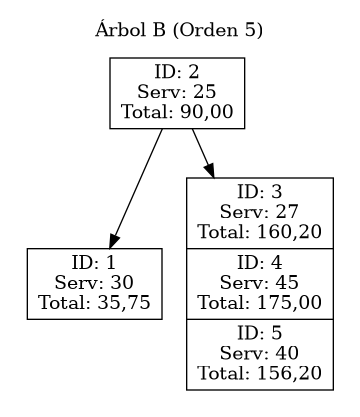
Before: Proyecto-Fase 2/Reportes/B.png, a diagram exported from Graphviz (Rodrigo-1504/-EDD-1S2025_202202854). Its source is kept beside it as Proyecto-Fase 2/Reportes/B.dot. Its diagram source:
```dot
digraph BTree {
	node[shape=record];
	graph[pencolor=transparent];
	subgraph cluster_0{
		label = "Árbol B (Orden 5)";
	"node0" [label = "{ID: 2\nServ: 25\nTotal: 90,00}"];
	"node1" [label = "{ID: 1\nServ: 30\nTotal: 35,75}"];
	"node0" -> "node1";
	"node2" [label = "{ID: 3\nServ: 27\nTotal: 160,20|ID: 4\nServ: 45\nTotal: 175,00|ID: 5\nServ: 40\nTotal: 156,20}"];
	"node0" -> "node2";
	}
}
```
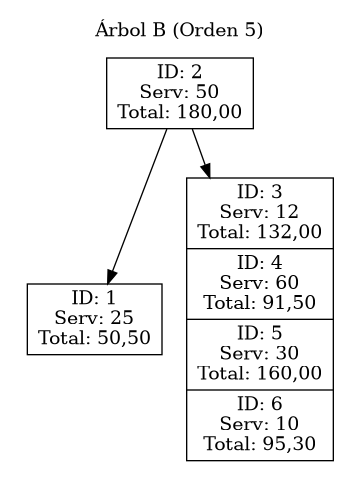
After the commit.

The edit, as a diff of the source:
```diff
@@ -3,10 +3,10 @@
 	graph[pencolor=transparent];
 	subgraph cluster_0{
 		label = "Árbol B (Orden 5)";
-	"node0" [label = "{ID: 2\nServ: 25\nTotal: 90,00}"];
-	"node1" [label = "{ID: 1\nServ: 30\nTotal: 35,75}"];
+	"node0" [label = "{ID: 2\nServ: 50\nTotal: 180,00}"];
+	"node1" [label = "{ID: 1\nServ: 25\nTotal: 50,50}"];
 	"node0" -> "node1";
-	"node2" [label = "{ID: 3\nServ: 27\nTotal: 160,20|ID: 4\nServ: 45\nTotal: 175,00|ID: 5\nServ: 40\nTotal: 156,20}"];
+	"node2" [label = "{ID: 3\nServ: 12\nTotal: 132,00|ID: 4\nServ: 60\nTotal: 91,50|ID: 5\nServ: 30\nTotal: 160,00|ID: 6\nServ: 10\nTotal: 95,30}"];
 	"node0" -> "node2";
 	}
 }
```
